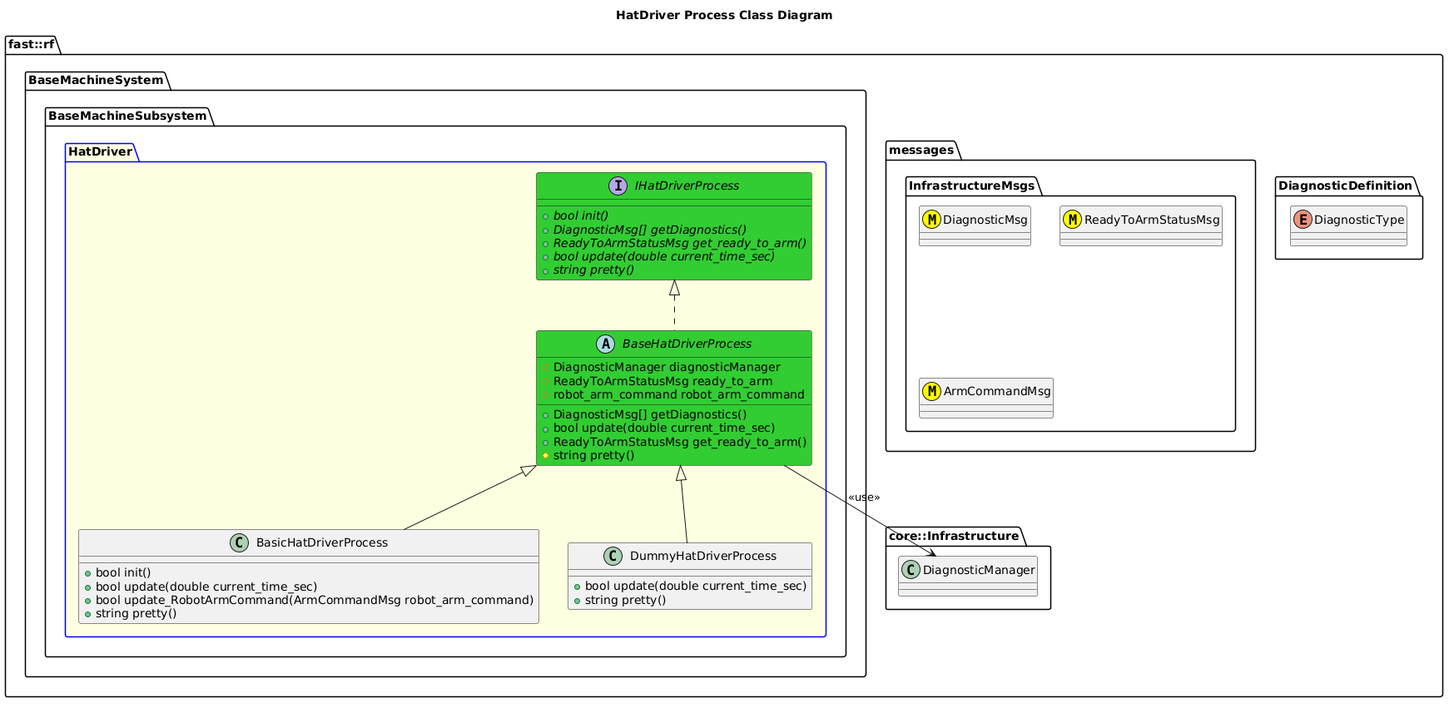
Earlier version of the PlantUML export Systems/BaseMachine/Subsystems/BaseMachine/Processes/HatDriver/doc/puml/HatDriverProcessClassDiagram.png (fastrobotics/robot_framework).
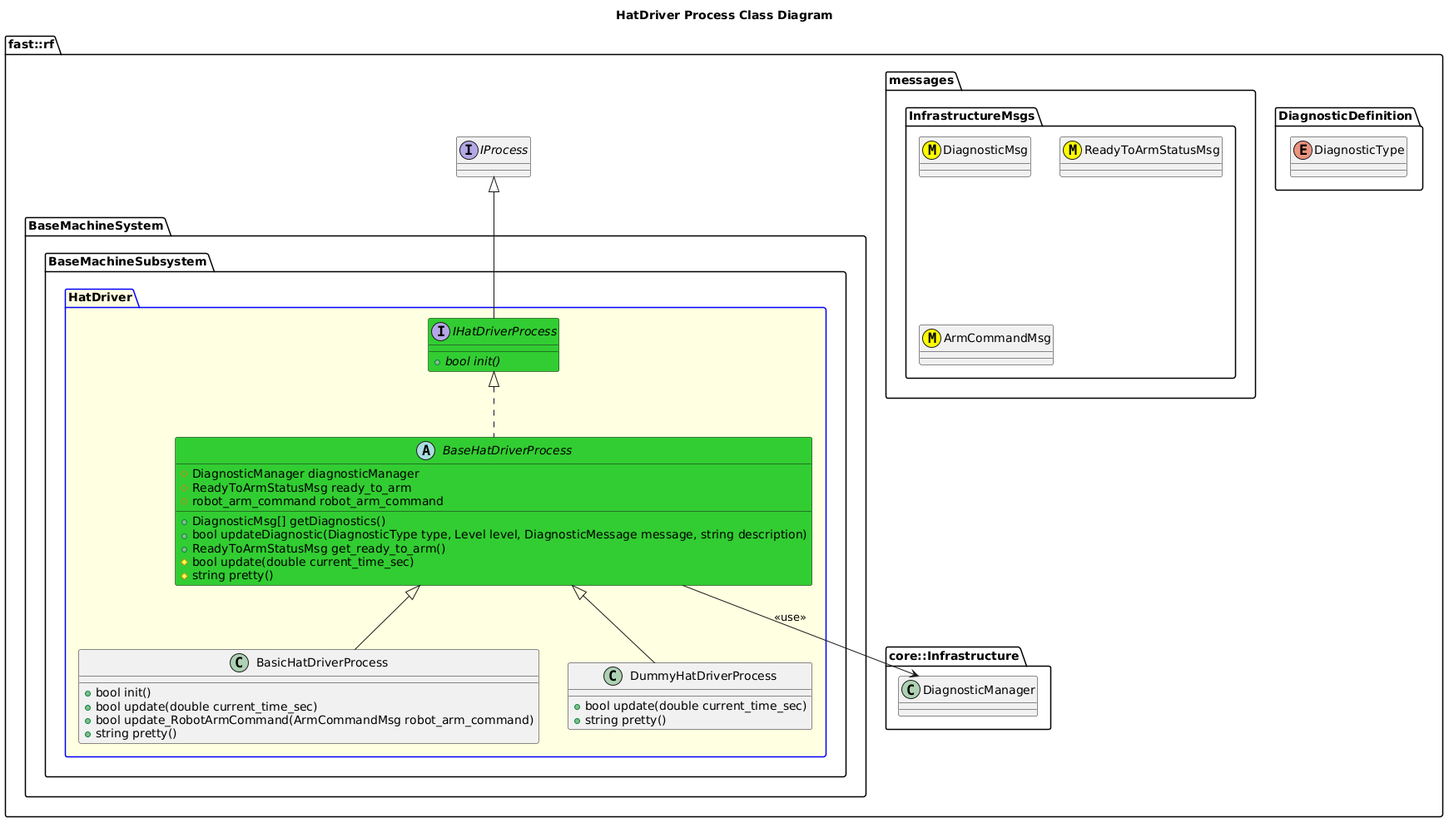
The same diagram one commit later.

The edit, as a diff of the source:
```diff
@@ -15,20 +15,19 @@
   namespace core::Infrastructure {
     class DiagnosticManager
   }
+  interface IProcess
   namespace BaseMachineSystem {
     namespace BaseMachineSubsystem  {
       package HatDriver #LightYellow;line:blue {
         interface IHatDriverProcess #LimeGreen  {
           +{abstract} bool init()
-          +{abstract} DiagnosticMsg[] getDiagnostics()
-          +{abstract} ReadyToArmStatusMsg get_ready_to_arm()
-          +{abstract} bool update(double current_time_sec)
-          +{abstract} string pretty()
         }
+	IHatDriverProcess -up-|> IProcess
         abstract BaseHatDriverProcess #LimeGreen {
           +DiagnosticMsg[] getDiagnostics()
-          +bool update(double current_time_sec)
+          +bool updateDiagnostic(DiagnosticType type, Level level, DiagnosticMessage message, string description)
           +ReadyToArmStatusMsg get_ready_to_arm()
+          #bool update(double current_time_sec)
           #string pretty()
           #DiagnosticManager diagnosticManager
           #ReadyToArmStatusMsg ready_to_arm
```
